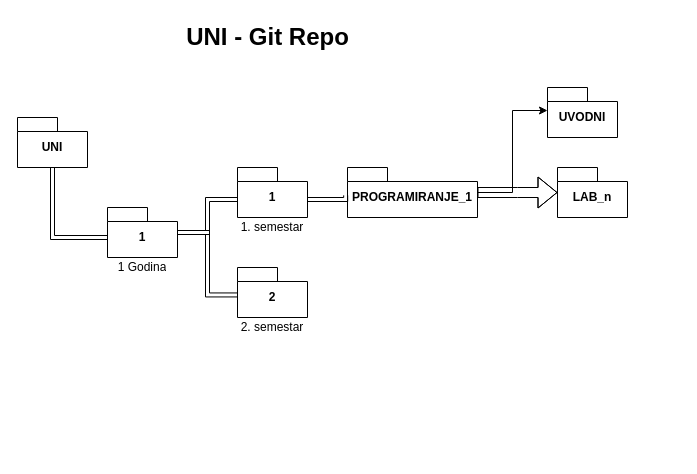
The draw.io diagram FESB.drawio in Roko191/uni, before the edit. Source tidied: cells renumbered, new cells numbered last; positions are measured from the earlier drawing's top-left corner, leaving out a move shared by most shapes. Both pictures are drawn from the tidied source at 100%, with x=0, y=0 at pixel (17, 17).
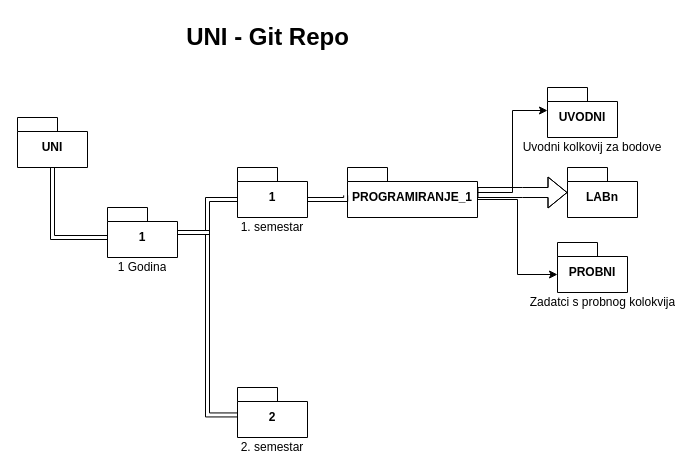
The same page after the edit.

Commit message (it also covers changes not shown here):
Promjene na file structu

Unchanged cells that the change refers to:
```xml
<mxCell id="12" value="PROGRAMIRANJE_1" style="shape=folder;fontStyle=1;spacingTop=10;tabWidth=40;tabHeight=14;tabPosition=left;html=1;whiteSpace=wrap;" parent="1" vertex="1">
  <mxGeometry x="330" y="150" width="130" height="50" as="geometry" />
</mxCell>
```

Diff of the diagram source:
```diff
@@
     <mxCell id="7" value="2" style="shape=folder;fontStyle=1;spacingTop=10;tabWidth=40;tabHeight=14;tabPosition=left;html=1;whiteSpace=wrap;" parent="1" vertex="1">
-      <mxGeometry x="220" y="250" width="70" height="50" as="geometry" />
+      <mxGeometry x="220" y="370" width="70" height="50" as="geometry" />
     </mxCell>
@@
-    <mxCell id="14" value="LAB_n" style="shape=folder;fontStyle=1;spacingTop=10;tabWidth=40;tabHeight=14;tabPosition=left;html=1;whiteSpace=wrap;" parent="1" vertex="1">
-      <mxGeometry x="540" y="150" width="70" height="50" as="geometry" />
+    <mxCell id="14" value="LABn" style="shape=folder;fontStyle=1;spacingTop=10;tabWidth=40;tabHeight=14;tabPosition=left;html=1;whiteSpace=wrap;" parent="1" vertex="1">
+      <mxGeometry x="550" y="150" width="70" height="50" as="geometry" />
     </mxCell>
@@
     <mxCell id="16" value="2. semestar" style="text;html=1;strokeColor=none;fillColor=none;align=center;verticalAlign=middle;whiteSpace=wrap;overflow=hidden;" parent="1" vertex="1">
-      <mxGeometry x="215" y="300" width="80" height="20" as="geometry" />
+      <mxGeometry x="215" y="420" width="80" height="20" as="geometry" />
     </mxCell>
@@
+    <mxCell id="19" value="PROBNI" style="shape=folder;fontStyle=1;spacingTop=10;tabWidth=40;tabHeight=14;tabPosition=left;html=1;whiteSpace=wrap;" parent="1" vertex="1">
+      <mxGeometry x="540" y="225" width="70" height="50" as="geometry" />
+    </mxCell>
+    <mxCell id="20" style="edgeStyle=orthogonalEdgeStyle;rounded=0;jettySize=auto;html=1;exitX=0;exitY=0;exitDx=130;exitDy=32;exitPerimeter=0;entryX=0;entryY=0;entryDx=0;entryDy=32;entryPerimeter=0;" parent="1" edge="1" source="12" target="19">
+      <mxGeometry relative="1" as="geometry" />
+    </mxCell>
+    <mxCell id="21" value="Uvodni kolkovij za bodove" style="text;html=1;strokeColor=none;fillColor=none;align=center;verticalAlign=middle;whiteSpace=wrap;overflow=hidden;" parent="1" vertex="1">
+      <mxGeometry x="500" y="120" width="150" height="20" as="geometry" />
+    </mxCell>
+    <mxCell id="22" value="Zadatci s probnog kolokvija" style="text;html=1;strokeColor=none;fillColor=none;align=center;verticalAlign=middle;whiteSpace=wrap;overflow=hidden;" parent="1" vertex="1">
+      <mxGeometry x="507.5" y="275" width="155" height="20" as="geometry" />
+    </mxCell>
```
